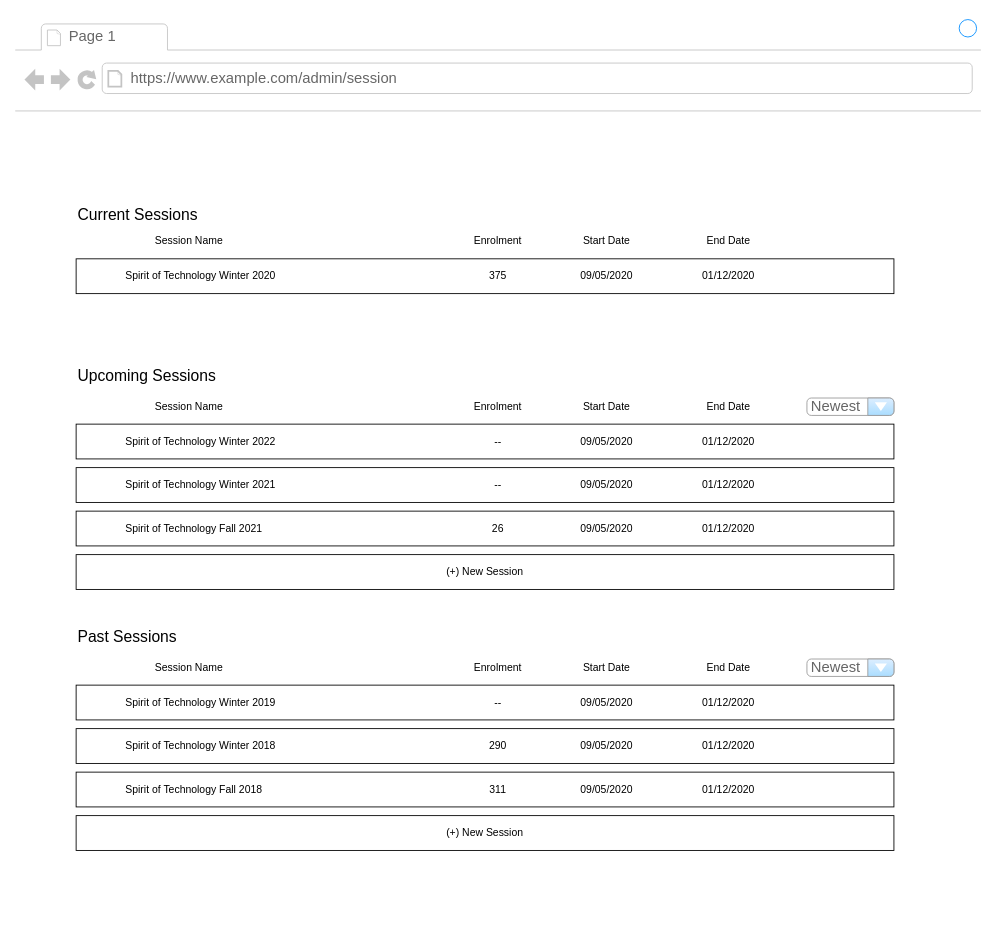
This is page "Admin Sessions" (2 of 17) of wireframe.drawio from AnsonTran/Live-Coding-Docs, a draw.io file, before an edit. Source tidied: cells renumbered, new cells numbered last; positions are measured from the earlier drawing's top-left corner, leaving out a move shared by most shapes. Both pictures are drawn from the tidied source at 87%, with x=0, y=0 at pixel (15, 15).
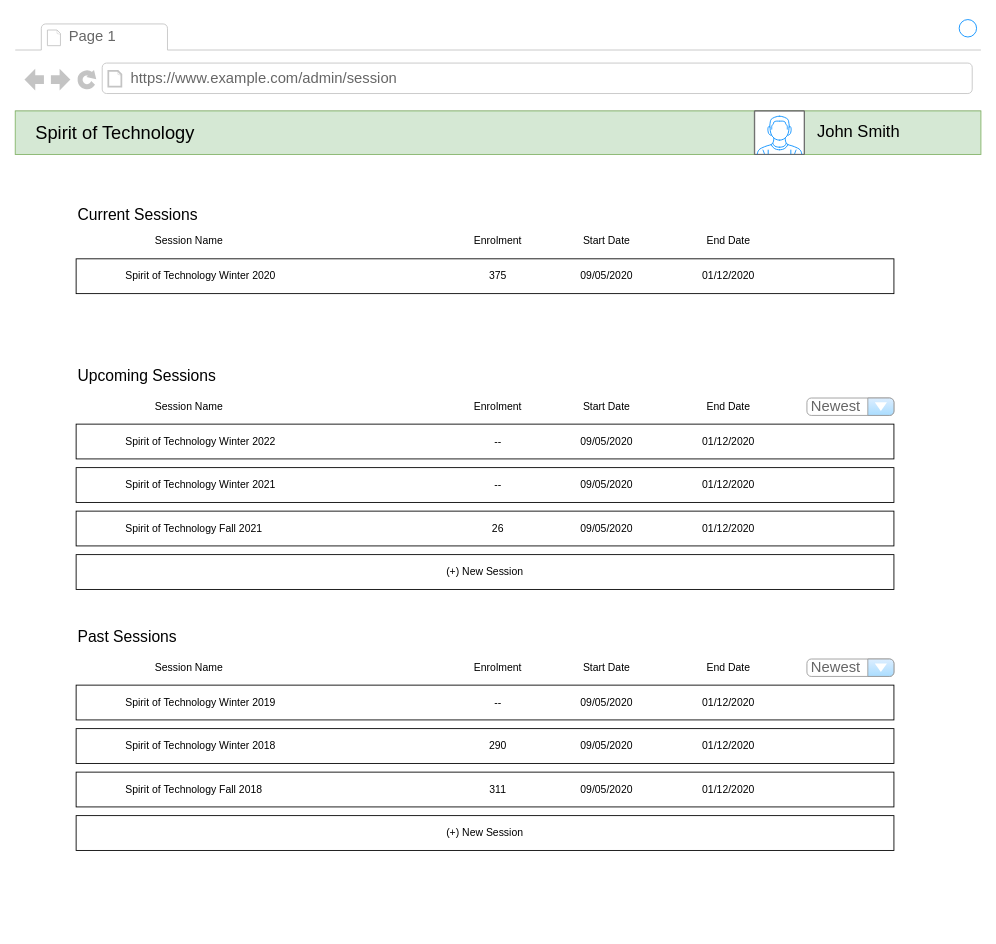
The same page after the edit.

The change refers to these unchanged cells:
```xml
<mxCell id="2" style="strokeWidth=1;shadow=0;dashed=0;align=center;html=1;shape=mxgraph.mockup.containers.browserWindow;rSize=0;strokeColor2=#008cff;strokeColor3=#c4c4c4;mainText=,;strokeColor=#FFFFFF;fontColor=#FFFFFF;" parent="1" vertex="1">
  <mxGeometry width="1110" height="1050" as="geometry" />
</mxCell>
```

Diff of the diagram source:
```diff
@@
+    <mxCell id="59" style="rounded=0;whiteSpace=wrap;html=1;fillColor=#d5e8d4;strokeColor=#82b366;" parent="2" vertex="1">
+      <mxGeometry y="110" width="1110" height="50" as="geometry" />
+    </mxCell>
+    <mxCell id="60" style="verticalLabelPosition=bottom;shadow=0;dashed=0;align=center;html=1;verticalAlign=top;strokeWidth=1;shape=mxgraph.mockup.containers.userMale;strokeColor=#666666;strokeColor2=#008cff;" parent="2" vertex="1">
+      <mxGeometry x="850" y="110" width="57" height="50" as="geometry" />
+    </mxCell>
+    <mxCell id="61" value="&lt;font color=&quot;#000000&quot; style=&quot;font-size: 19px&quot;&gt;John Smith&lt;/font&gt;" style="text;html=1;strokeColor=none;fillColor=none;align=left;verticalAlign=middle;whiteSpace=wrap;rounded=0;labelBackgroundColor=none;sketch=0;fontColor=#FFFFFF;" parent="2" vertex="1">
+      <mxGeometry x="920" y="110" width="140" height="50" as="geometry" />
+    </mxCell>
+    <mxCell id="62" value="&lt;font style=&quot;font-size: 21px&quot;&gt;Spirit of Technology&lt;/font&gt;" style="text;html=1;strokeColor=none;fillColor=none;align=center;verticalAlign=middle;whiteSpace=wrap;rounded=0;" parent="2" vertex="1">
+      <mxGeometry y="110" width="230" height="50" as="geometry" />
+    </mxCell>
```
